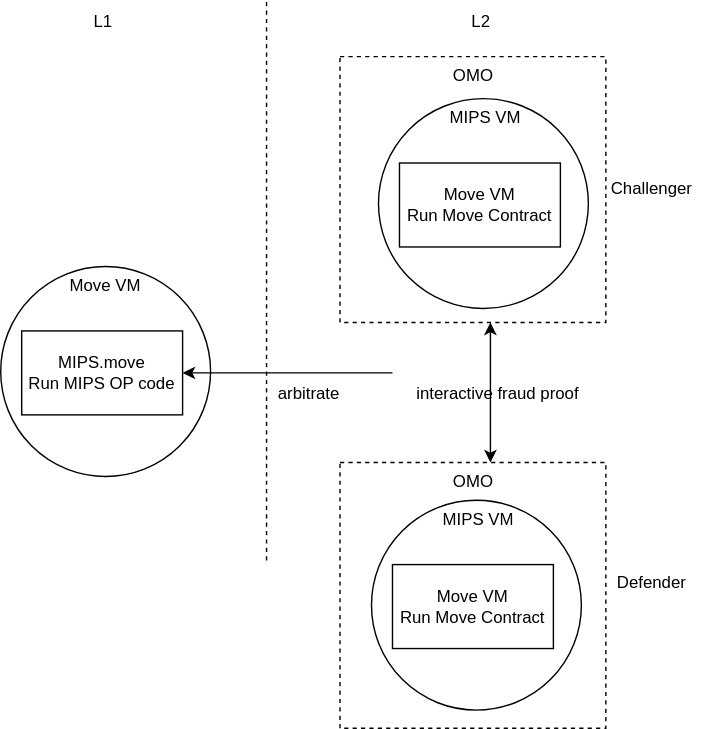
Before: static/diagram/rooch-omo.svg, a diagram exported from draw.io (rooch-network/rooch-network.github.io). Source tidied: cells renumbered, new cells last; positions are measured from the earlier drawing's top-left corner, leaving out a move shared by most shapes.
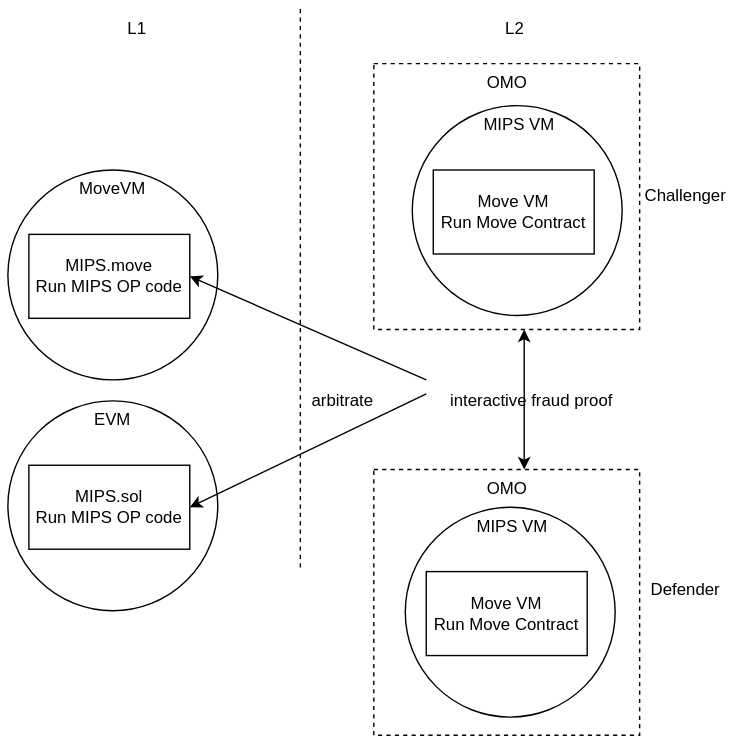
Later version of the same file.

Commit message:
Improve omo diagram, for describe how the arbitration work

What changed in the source:
```diff
@@ -8,11 +8,11 @@
     <mxCell id="3" value="OMO" style="whiteSpace=wrap;html=1;dashed=1;verticalAlign=top;" parent="1" vertex="1">
       <mxGeometry x="242.5" y="40" width="190" height="190" as="geometry" />
     </mxCell>
-    <mxCell id="4" value="Move VM" style="ellipse;whiteSpace=wrap;html=1;verticalAlign=top;" parent="1" vertex="1">
-      <mxGeometry y="190" width="150" height="150" as="geometry" />
+    <mxCell id="4" value="MoveVM" style="ellipse;whiteSpace=wrap;html=1;verticalAlign=top;" parent="1" vertex="1">
+      <mxGeometry x="-19" y="116" width="150" height="150" as="geometry" />
     </mxCell>
     <mxCell id="5" value="MIPS.move&lt;br&gt;Run MIPS OP code" style="rounded=0;whiteSpace=wrap;html=1;" parent="1" vertex="1">
-      <mxGeometry x="15" y="236" width="115" height="60" as="geometry" />
+      <mxGeometry x="-4" y="162" width="115" height="60" as="geometry" />
     </mxCell>
     <mxCell id="6" value="&amp;nbsp;MIPS VM" style="ellipse;whiteSpace=wrap;html=1;verticalAlign=top;" parent="1" vertex="1">
       <mxGeometry x="270" y="70" width="150" height="150" as="geometry" />
@@ -61,5 +61,16 @@
     <mxCell id="18" value="arbitrate" style="text;html=1;align=center;verticalAlign=middle;strokeColor=none;fillColor=none;" parent="1" vertex="1">
       <mxGeometry x="185" y="266" width="70" height="30" as="geometry" />
     </mxCell>
+    <mxCell id="19" value="EVM" style="ellipse;whiteSpace=wrap;html=1;verticalAlign=top;" parent="1" vertex="1">
+      <mxGeometry x="-19" y="281" width="150" height="150" as="geometry" />
+    </mxCell>
+    <mxCell id="20" value="MIPS.sol&lt;br&gt;Run MIPS OP code" style="rounded=0;whiteSpace=wrap;html=1;" parent="1" vertex="1">
+      <mxGeometry x="-4" y="327" width="115" height="60" as="geometry" />
+    </mxCell>
+    <mxCell id="21" style="endArrow=classic;html=1;rounded=0;entryX=1;entryY=0.5;entryDx=0;entryDy=0;" parent="1" edge="1" target="20">
+      <mxGeometry relative="1" as="geometry">
+        <mxPoint x="280" y="276" as="sourcePoint" />
+      </mxGeometry>
+    </mxCell>
   </root>
 </mxGraphModel>
```
